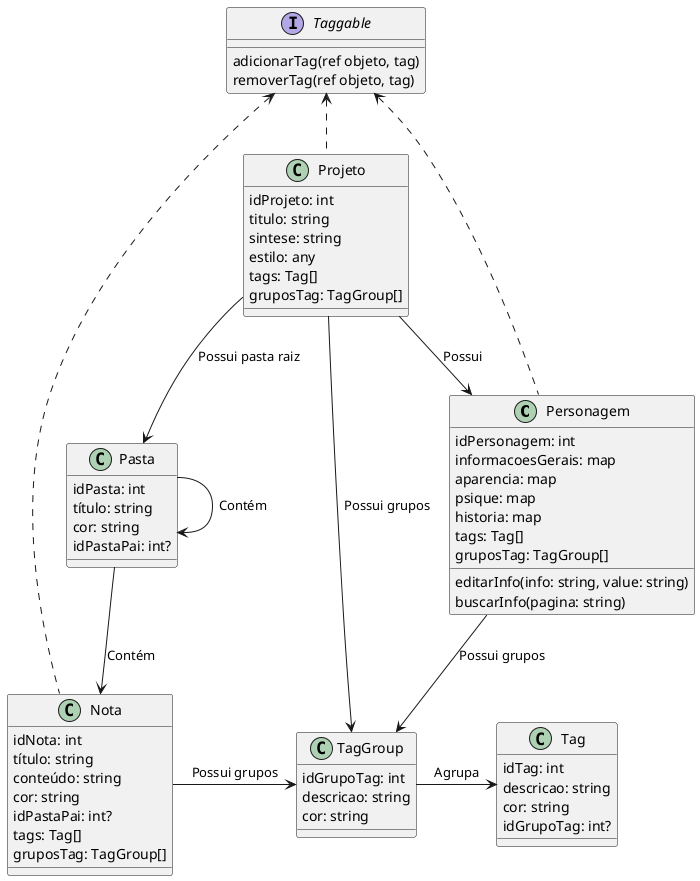
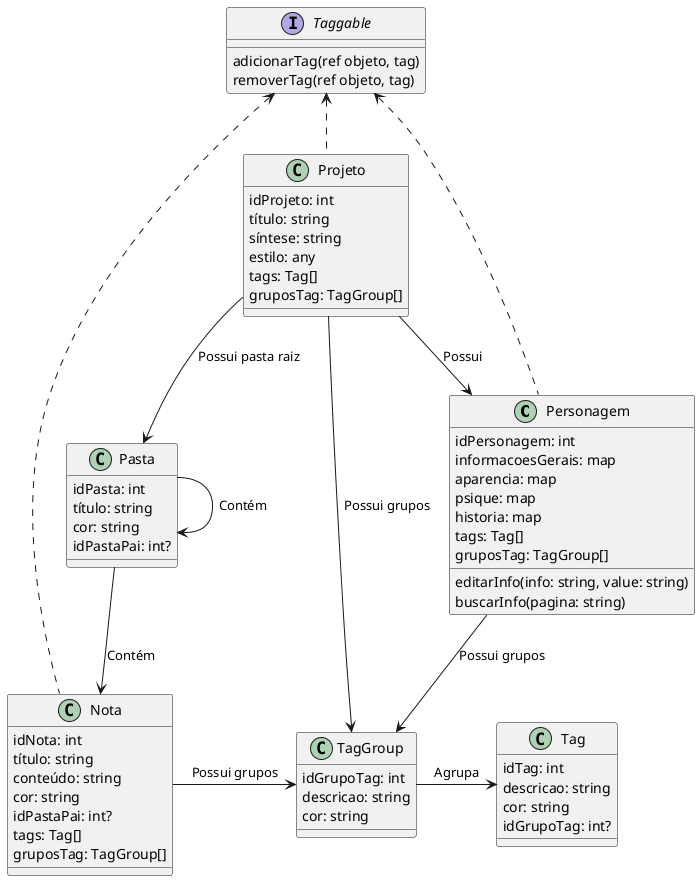
@startuml Diagrama de classes do PI

'left to right direction

class Personagem {
    idPersonagem: int
    informacoesGerais: map
    aparencia: map
    psique: map
    historia: map
    tags: Tag[]
    gruposTag: TagGroup[]

    editarInfo(info: string, value: string)
    buscarInfo(pagina: string)
}

class Projeto {
    idProjeto: int
-     titulo: string
-     sintese: string
+     título: string
+     síntese: string
    estilo: any
    tags: Tag[]
    gruposTag: TagGroup[]
}


class Nota {
    idNota: int
    título: string
    conteúdo: string
    cor: string
    idPastaPai: int?
    tags: Tag[]
    gruposTag: TagGroup[]
}

class Pasta {
    idPasta: int
    título: string
    cor: string
    idPastaPai: int?
}

class Tag {
    idTag: int
    descricao: string
    cor: string
    idGrupoTag: int?
}

class TagGroup {
    idGrupoTag: int
    descricao: string
    cor: string
}

interface Taggable {
    adicionarTag(ref objeto, tag)
    removerTag(ref objeto, tag)
}

Projeto --> Personagem: Possui
Projeto --> Pasta: Possui pasta raiz

Taggable <.. Projeto
Taggable <.. Personagem
Taggable <.. Nota

TagGroup -> Tag: Agrupa

Projeto --> TagGroup: Possui grupos

Personagem -> TagGroup: Possui grupos

Nota -> TagGroup: Possui grupos

Pasta --> Pasta: Contém
Pasta --> Nota: Contém

@enduml
